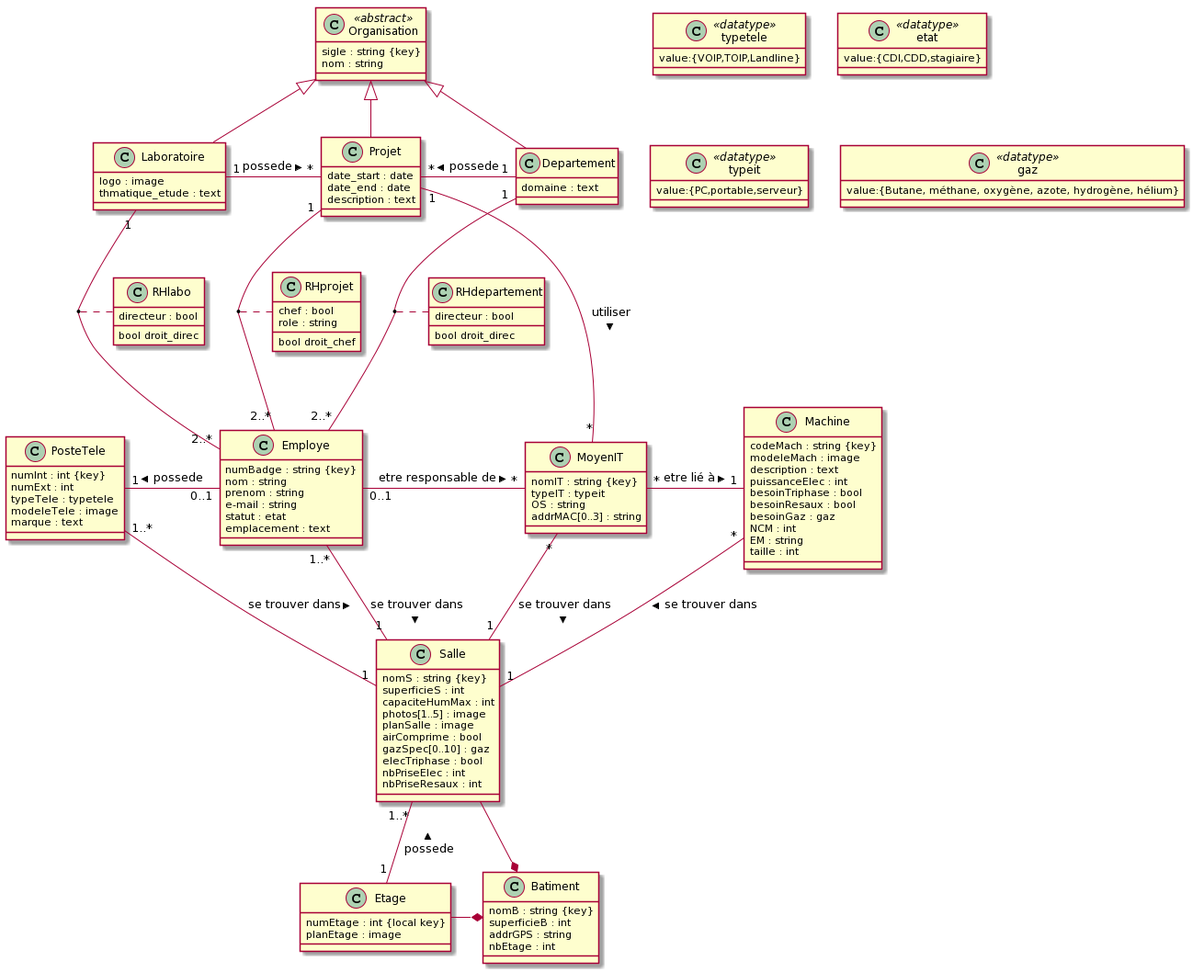
Before: MCD/UML.png, a diagram exported from PlantUML (hanlinAumonde/nf17_projet_individuel).
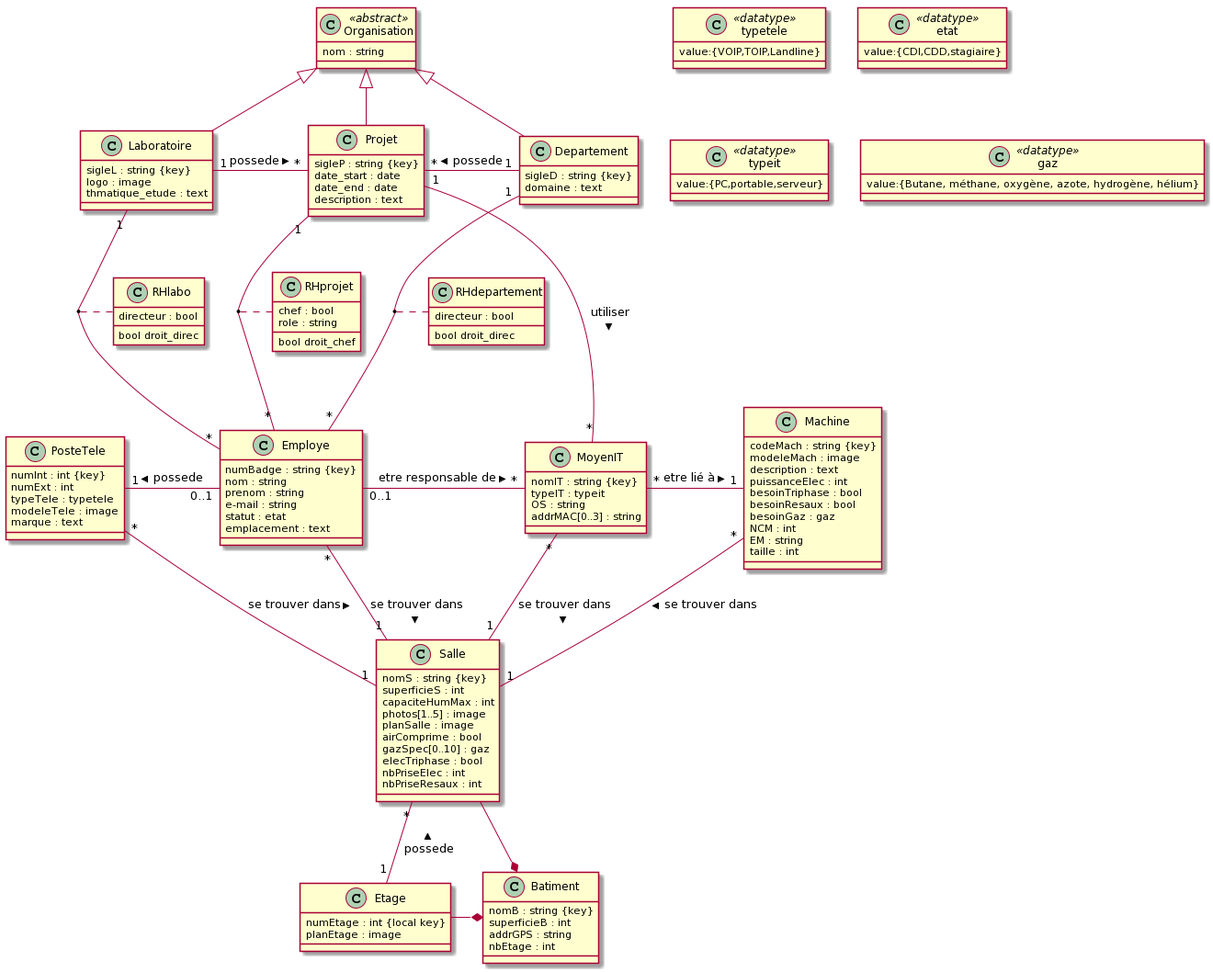
The same file after the commit.

The edit, as a diff of the source:
```diff
@@ -1,21 +1,23 @@
 @startuml
 class Organisation <<abstract>>{
-  sigle : string {key}
   nom : string
 }
 
 class Laboratoire{
+  sigleL : string {key}
   logo : image
   thmatique_etude : text
 }
 
 class Projet{
+  sigleP : string {key}
   date_start : date
   date_end : date
   description : text
 }
 
 class Departement{
+  sigleD : string {key}
   domaine : text
 }
 
@@ -121,21 +123,21 @@
 Organisation <|-- Departement
 Laboratoire "1"-"*" Projet : possede >
 Projet "*"-"1" Departement : possede <
-Laboratoire "1"--"2..*" Employe
+Laboratoire "1"--"*" Employe
 (Laboratoire , Employe) . RHlabo
-Projet "1"--"2..*" Employe
+Projet "1"--"*" Employe
 (Projet , Employe) . RHprojet
 Projet "1"--"*" MoyenIT : utiliser >
-Departement "1"--"2..*" Employe
+Departement "1"--"*" Employe
 (Departement , Employe) . RHdepartement
 PosteTele "1"-"0..1" Employe : possede <
 Employe "0..1"-"*" MoyenIT : etre responsable de >
 MoyenIT "*"-"1" Machine : etre lié à >
-PosteTele "1..*"--"1" Salle : se trouver dans >
-Employe "1..*"--"1" Salle : se trouver dans >
+PosteTele "*"--"1" Salle : se trouver dans >
+Employe "*"--"1" Salle : se trouver dans >
 MoyenIT "*"--"1" Salle : se trouver dans >
 Machine "*"--"1" Salle : se trouver dans >
-Salle "1..*"--"1" Etage : possede <
+Salle "*"--"1" Etage : possede <
 Salle -* Batiment
 Etage -* Batiment
 @enduml
```
